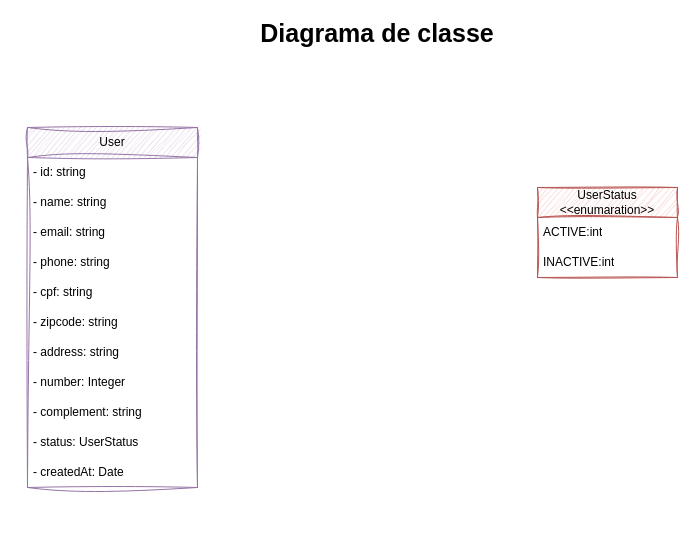
The draw.io diagram documentation/diagram.drawio in Luke0195/powercrm, before the edit. Source tidied: cells renumbered, new cells numbered last; positions are measured from the earlier drawing's top-left corner, leaving out a move shared by most shapes. Both pictures are drawn from the tidied source at 100%, with x=0, y=0 at pixel (27, 17).
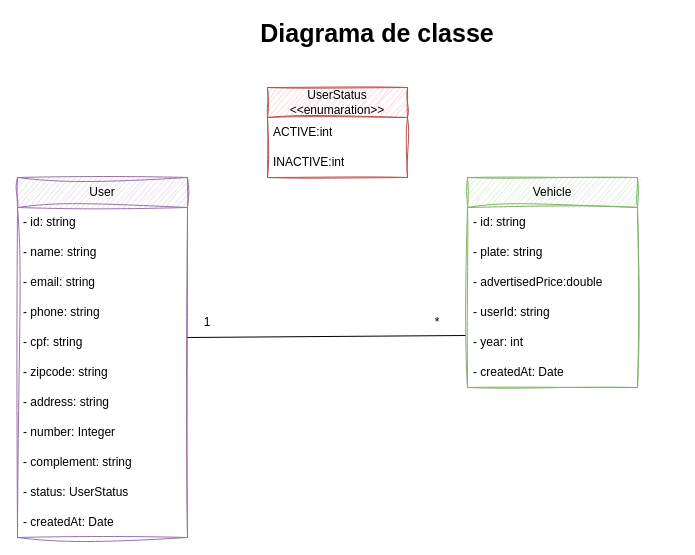
The same page after the edit.

Commit message (it also covers changes not shown here):
test: ensure VehicleValidatorTest throws ResourceAlreadyExistsException when Vehicle plate already exists

The edit, as a diff of the source:
```diff
@@
     <mxCell id="2" value="User" style="swimlane;fontStyle=0;horizontal=1;startSize=30;whiteSpace=wrap;html=1;rounded=0;shadow=0;sketch=1;curveFitting=1;jiggle=2;fillColor=#e1d5e7;strokeColor=#9673a6;" parent="1" vertex="1">
-      <mxGeometry y="110" width="170" height="360" as="geometry" />
+      <mxGeometry x="-10" y="160" width="170" height="360" as="geometry" />
     </mxCell>
@@
     <mxCell id="14" value="UserStatus&lt;br&gt;&amp;lt;&amp;lt;enumaration&amp;gt;&amp;gt;" style="swimlane;fontStyle=0;horizontal=1;startSize=30;whiteSpace=wrap;html=1;fillColor=#f8cecc;strokeColor=#b85450;sketch=1;curveFitting=1;jiggle=2;" parent="1" vertex="1">
-      <mxGeometry x="510" y="170" width="140" height="90" as="geometry" />
+      <mxGeometry x="240" y="70" width="140" height="90" as="geometry" />
     </mxCell>
@@
+    <mxCell id="18" value="Vehicle" style="swimlane;fontStyle=0;horizontal=1;startSize=30;whiteSpace=wrap;html=1;fillColor=#d5e8d4;strokeColor=#82b366;sketch=1;curveFitting=1;jiggle=2;" parent="1" vertex="1">
+      <mxGeometry x="440" y="160" width="170" height="210" as="geometry" />
+    </mxCell>
+    <mxCell id="19" value="- id: string" style="text;strokeColor=none;fillColor=none;align=left;verticalAlign=middle;spacingLeft=4;spacingRight=4;overflow=hidden;whiteSpace=wrap;html=1;" parent="18" vertex="1">
+      <mxGeometry y="30" width="170" height="30" as="geometry" />
+    </mxCell>
+    <mxCell id="20" value="- plate: string" style="text;strokeColor=none;fillColor=none;align=left;verticalAlign=middle;spacingLeft=4;spacingRight=4;overflow=hidden;whiteSpace=wrap;html=1;" parent="18" vertex="1">
+      <mxGeometry y="60" width="170" height="30" as="geometry" />
+    </mxCell>
+    <mxCell id="21" value="- advertisedPrice:double" style="text;strokeColor=none;fillColor=none;align=left;verticalAlign=middle;spacingLeft=4;spacingRight=4;overflow=hidden;whiteSpace=wrap;html=1;" parent="18" vertex="1">
+      <mxGeometry y="90" width="170" height="30" as="geometry" />
+    </mxCell>
+    <mxCell id="22" value="- userId: string" style="text;strokeColor=none;fillColor=none;align=left;verticalAlign=middle;spacingLeft=4;spacingRight=4;overflow=hidden;whiteSpace=wrap;html=1;" parent="18" vertex="1">
+      <mxGeometry y="120" width="170" height="30" as="geometry" />
+    </mxCell>
+    <mxCell id="23" value="- year: int" style="text;strokeColor=none;fillColor=none;align=left;verticalAlign=middle;spacingLeft=4;spacingRight=4;overflow=hidden;points=[[0,0.5],[1,0.5]];portConstraint=eastwest;whiteSpace=wrap;html=1;" parent="18" vertex="1">
+      <mxGeometry y="150" width="170" height="30" as="geometry" />
+    </mxCell>
+    <mxCell id="24" value="- createdAt: Date" style="text;strokeColor=none;fillColor=none;align=left;verticalAlign=middle;spacingLeft=4;spacingRight=4;overflow=hidden;whiteSpace=wrap;html=1;" parent="18" vertex="1">
+      <mxGeometry y="180" width="170" height="30" as="geometry" />
+    </mxCell>
+    <mxCell id="25" style="endArrow=none;html=1;rounded=0;entryX=-0.012;entryY=0.267;entryDx=0;entryDy=0;entryPerimeter=0;" parent="1" edge="1" target="23">
+      <mxGeometry relative="1" as="geometry">
+        <mxPoint x="160" y="320" as="sourcePoint" />
+      </mxGeometry>
+    </mxCell>
+    <mxCell id="26" value="*" style="text;html=1;strokeColor=none;fillColor=none;align=center;verticalAlign=middle;whiteSpace=wrap;rounded=0;" parent="1" vertex="1">
+      <mxGeometry x="380" y="290" width="60" height="30" as="geometry" />
+    </mxCell>
+    <mxCell id="27" value="1" style="text;html=1;strokeColor=none;fillColor=none;align=center;verticalAlign=middle;whiteSpace=wrap;rounded=0;" parent="1" vertex="1">
+      <mxGeometry x="150" y="290" width="60" height="30" as="geometry" />
+    </mxCell>
```
